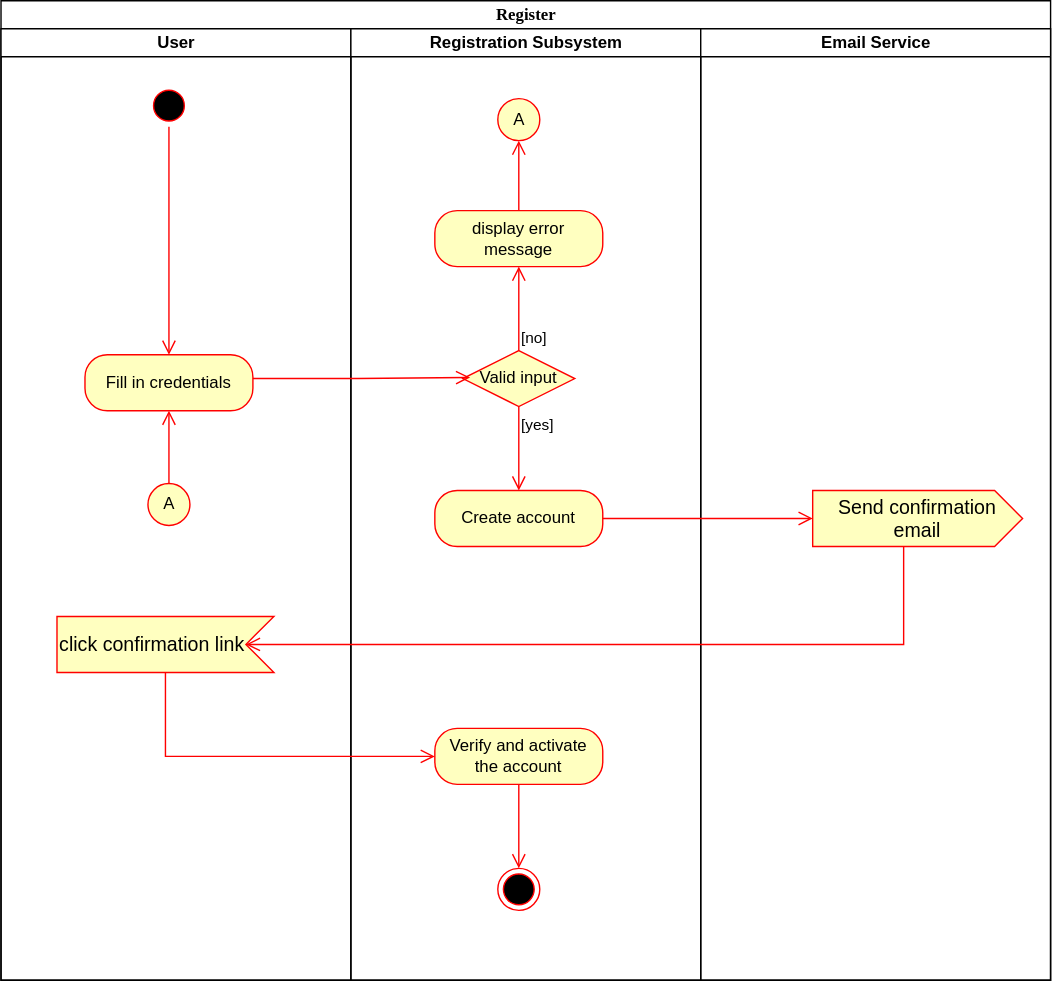
This is Register Activity Diagram.svg from Simamkele88/IFM3_GP, a draw.io export, as it was before one commit. Source tidied: cells renumbered, new cells last; positions are measured from the earlier drawing's top-left corner, leaving out a move shared by most shapes.
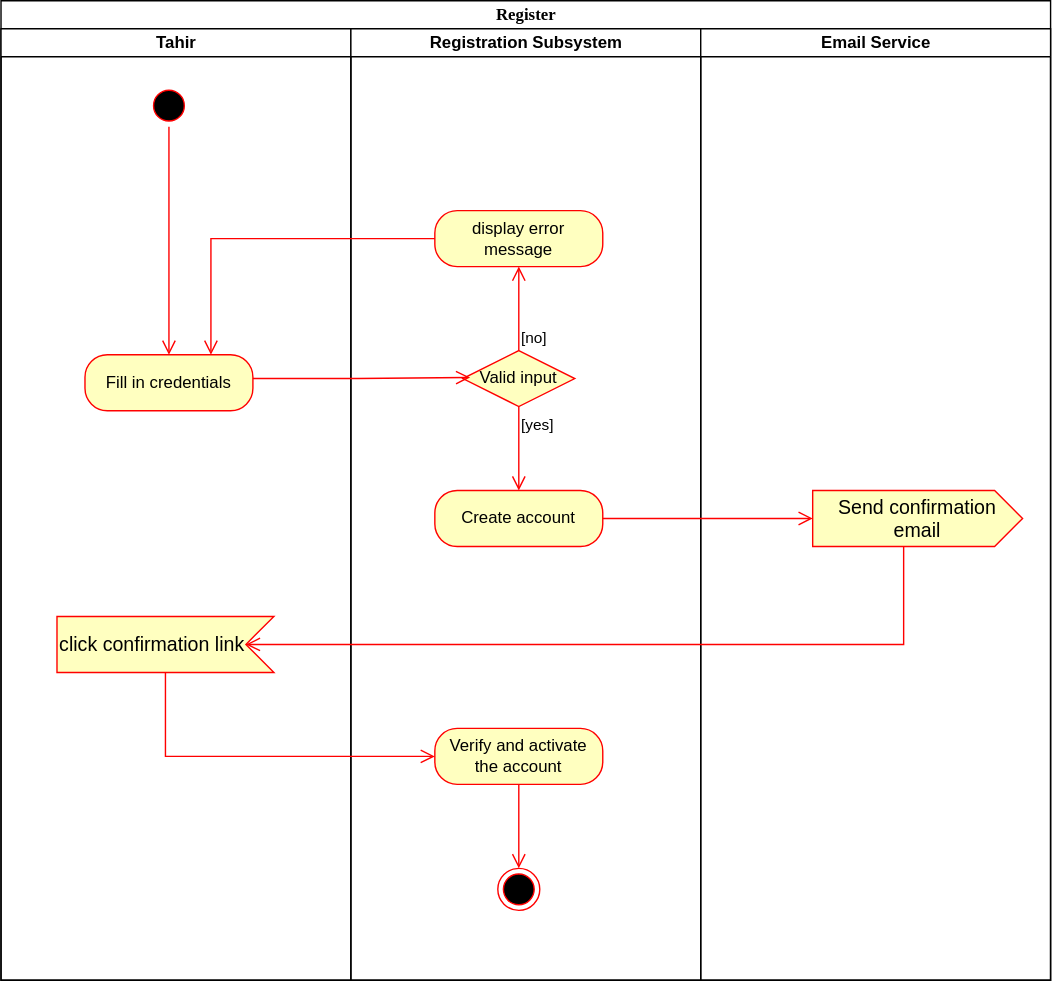
Above is the later version.

Diff of the diagram source:
```diff
@@ -5,7 +5,7 @@
     <mxCell id="2" value="Register" style="swimlane;html=1;startSize=20;rounded=0;shadow=0;comic=0;labelBackgroundColor=none;strokeWidth=1;fontFamily=Verdana;fontSize=12;align=center;" parent="1" vertex="1">
       <mxGeometry width="750" height="700" as="geometry" />
     </mxCell>
-    <mxCell id="3" value="User" style="swimlane;html=1;startSize=20;" parent="2" vertex="1">
+    <mxCell id="3" value="Tahir" style="swimlane;html=1;startSize=20;" parent="2" vertex="1">
       <mxGeometry y="20" width="250" height="680" as="geometry" />
     </mxCell>
     <mxCell id="4" style="ellipse;html=1;shape=startState;fillColor=#000000;strokeColor=#ff0000;" parent="3" vertex="1">
@@ -20,12 +20,6 @@
     <mxCell id="7" value="click confirmation link" style="html=1;shape=mxgraph.infographic.ribbonSimple;notch1=20;notch2=0;align=left;verticalAlign=middle;fontSize=14;fontStyle=0;flipH=1;fillColor=#FFFFC0;whiteSpace=wrap;strokeColor=#FF0000;" parent="3" vertex="1">
       <mxGeometry x="40" y="420" width="155" height="40" as="geometry" />
     </mxCell>
-    <mxCell id="8" style="edgeStyle=orthogonalEdgeStyle;html=1;align=left;verticalAlign=bottom;endArrow=open;endSize=8;strokeColor=#ff0000;rounded=0;exitX=0.5;exitY=0;exitDx=0;exitDy=0;" parent="3" edge="1" source="9" target="6">
-      <mxGeometry x="-1" relative="1" as="geometry" />
-    </mxCell>
-    <mxCell id="9" value="A" style="ellipse;html=1;strokeColor=#FF0000;fillColor=#FFFFC0;" parent="3" vertex="1">
-      <mxGeometry x="105" y="325" width="30" height="30" as="geometry" />
-    </mxCell>
     <mxCell id="10" value="Registration Subsystem" style="swimlane;html=1;startSize=20;" parent="2" vertex="1">
       <mxGeometry x="250" y="20" width="250" height="680" as="geometry" />
     </mxCell>
@@ -44,9 +38,6 @@
     <mxCell id="15" value="display error message" style="rounded=1;whiteSpace=wrap;html=1;arcSize=40;fontColor=#000000;fillColor=#ffffc0;strokeColor=#ff0000;" parent="10" vertex="1">
       <mxGeometry x="60" y="130" width="120" height="40" as="geometry" />
     </mxCell>
-    <mxCell id="16" style="edgeStyle=orthogonalEdgeStyle;html=1;align=left;verticalAlign=bottom;endArrow=open;endSize=8;strokeColor=#ff0000;rounded=0;entryX=0.5;entryY=1;entryDx=0;entryDy=0;" parent="10" edge="1" source="15" target="20">
-      <mxGeometry x="-1" relative="1" as="geometry" />
-    </mxCell>
     <mxCell id="17" value="Verify and activate the account" style="rounded=1;whiteSpace=wrap;html=1;arcSize=40;fontColor=#000000;fillColor=#ffffc0;strokeColor=#ff0000;" parent="10" vertex="1">
       <mxGeometry x="60" y="500" width="120" height="40" as="geometry" />
     </mxCell>
@@ -56,9 +47,6 @@
     <mxCell id="19" style="ellipse;html=1;shape=endState;fillColor=#000000;strokeColor=#ff0000;" parent="10" vertex="1">
       <mxGeometry x="105" y="600" width="30" height="30" as="geometry" />
     </mxCell>
-    <mxCell id="20" value="A" style="ellipse;html=1;strokeColor=#FF0000;fillColor=#FFFFC0;" parent="10" vertex="1">
-      <mxGeometry x="105" y="50" width="30" height="30" as="geometry" />
-    </mxCell>
     <mxCell id="21" value="Email Service" style="swimlane;html=1;startSize=20;" parent="2" vertex="1">
       <mxGeometry x="500" y="20" width="250" height="680" as="geometry" />
     </mxCell>
@@ -81,5 +69,8 @@
     <mxCell id="26" style="edgeStyle=orthogonalEdgeStyle;html=1;verticalAlign=bottom;endArrow=open;endSize=8;strokeColor=#ff0000;rounded=0;entryX=0;entryY=0.5;entryDx=0;entryDy=0;exitX=0;exitY=0;exitDx=77.5;exitDy=40;exitPerimeter=0;" parent="2" edge="1" source="7" target="17">
       <mxGeometry relative="1" as="geometry" />
     </mxCell>
+    <mxCell id="16" style="edgeStyle=orthogonalEdgeStyle;html=1;align=left;verticalAlign=bottom;endArrow=open;endSize=8;strokeColor=#ff0000;rounded=0;entryX=0.75;entryY=0;entryDx=0;entryDy=0;" parent="2" edge="1" source="15" target="6">
+      <mxGeometry x="-1" relative="1" as="geometry" />
+    </mxCell>
   </root>
 </mxGraphModel>
```
